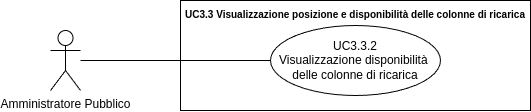
Before: src/3_PB/AnalisiDeiRequisiti/assets/UML/UC3.3.3_Visualizzazione-tabella-descrittiva-delle-colonne-di-ricarica.png, a diagram exported from draw.io (SWATEngineering/Docs). Source tidied: cells renumbered, new cells last; positions are measured from the earlier drawing's top-left corner, leaving out a move shared by most shapes.
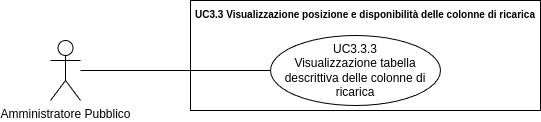
Later version of the same file.

What changed in the source:
```diff
@@ -6,9 +6,9 @@
       <mxGeometry y="30" width="30" height="60" as="geometry" />
     </mxCell>
     <mxCell id="3" value="&lt;b style=&quot;border-color: var(--border-color);&quot;&gt;&lt;font style=&quot;font-size: 10px;&quot;&gt;UC3.3 Visualizzazione posizione e disponibilità delle colonne di ricarica&lt;/font&gt;&lt;/b&gt;" style="shape=rect;html=1;verticalAlign=top;fontStyle=1;whiteSpace=wrap;align=center;" parent="1" vertex="1">
-      <mxGeometry x="130" width="350" height="110" as="geometry" />
+      <mxGeometry x="140" y="-10" width="350" height="110" as="geometry" />
     </mxCell>
-    <mxCell id="4" value="UC3.3.2&lt;br&gt;Visualizzazione disponibilità&amp;nbsp; delle colonne di ricarica" style="ellipse;whiteSpace=wrap;html=1;" parent="1" vertex="1">
+    <mxCell id="4" value="UC3.3.3&lt;br&gt;Visualizzazione tabella descrittiva delle colonne di ricarica" style="ellipse;whiteSpace=wrap;html=1;" parent="1" vertex="1">
       <mxGeometry x="220" y="25" width="170" height="70" as="geometry" />
     </mxCell>
     <mxCell id="5" style="edgeStyle=none;html=1;endArrow=none;verticalAlign=bottom;rounded=0;" parent="1" edge="1" source="2" target="4">
```
